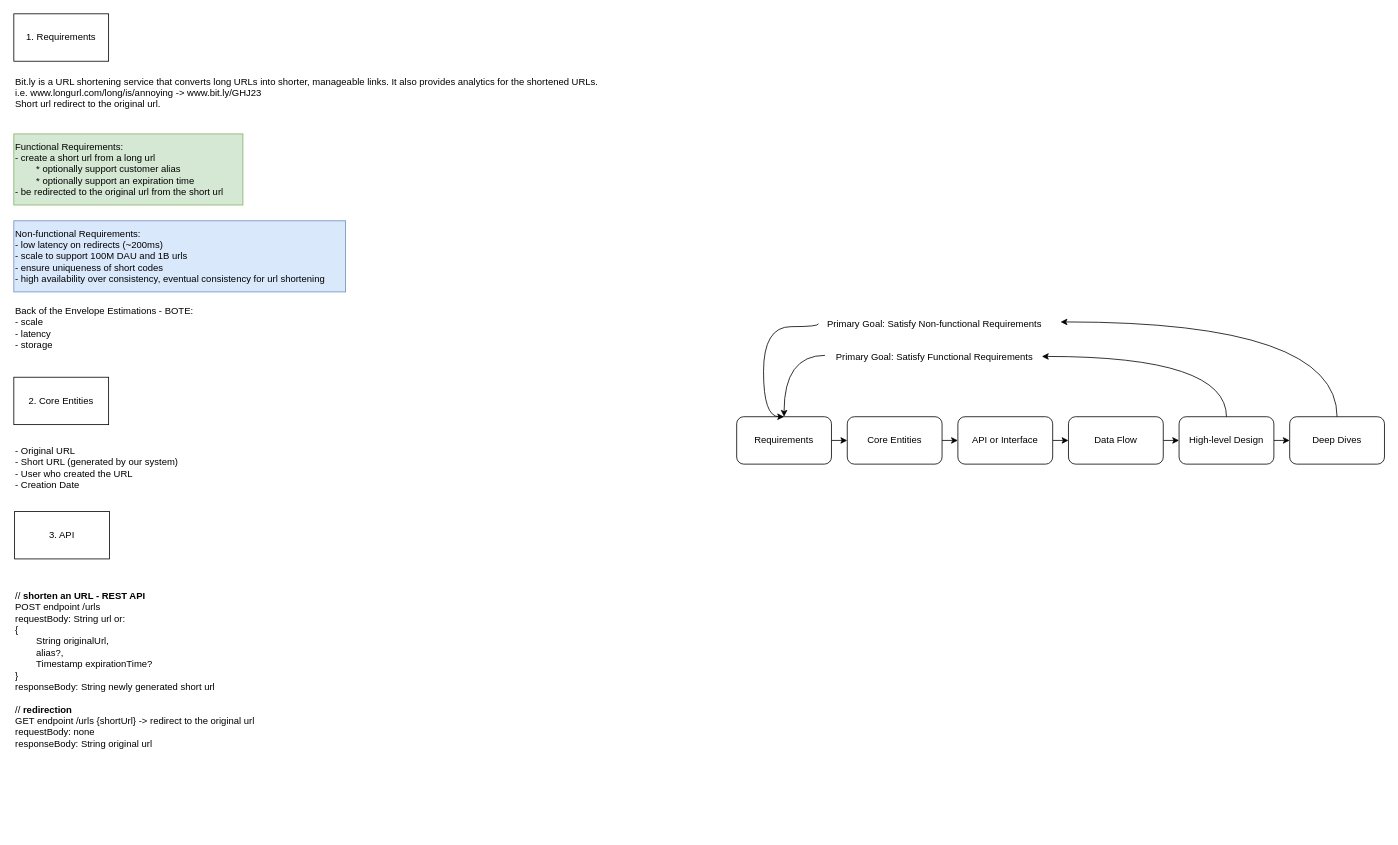
lacrimae/system_design_practice keeps this draw.io diagram as tinyurl.drawio. Above is the earlier version. Source tidied: cells renumbered, new cells numbered last; positions are measured from the earlier drawing's top-left corner, leaving out a move shared by most shapes. Both pictures are drawn from the tidied source at 79%, with x=0, y=0 at pixel (13, 13).
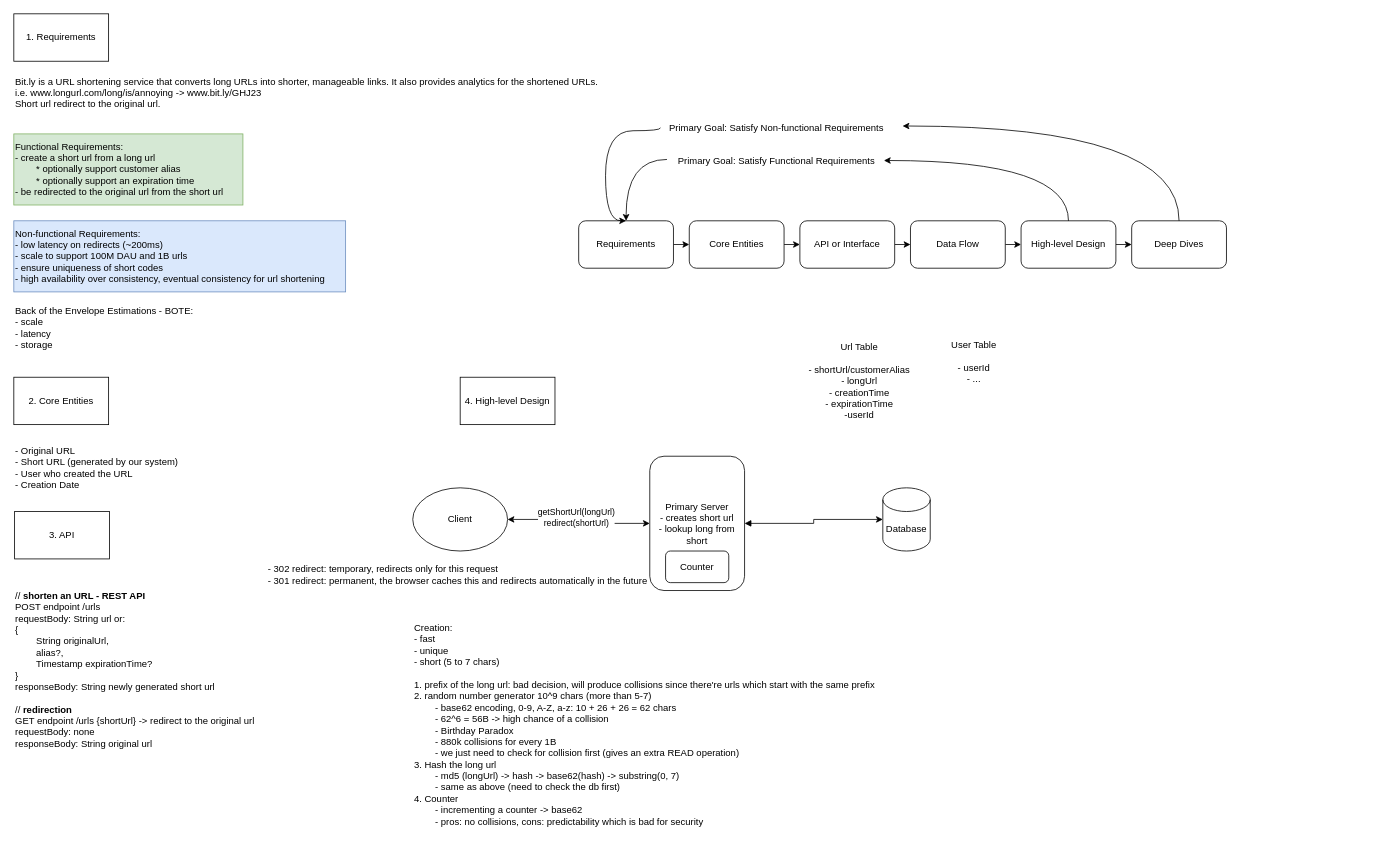
The same diagram, later.

Change to the diagram source:
```diff
@@
     <mxCell id="7" value="Requirements" style="rounded=1;whiteSpace=wrap;html=1;" parent="1" vertex="1">
-      <mxGeometry x="915" y="510" width="120" height="60" as="geometry" />
+      <mxGeometry x="715" y="262" width="120" height="60" as="geometry" />
     </mxCell>
@@
     <mxCell id="9" value="Core Entities" style="rounded=1;whiteSpace=wrap;html=1;" parent="1" vertex="1">
-      <mxGeometry x="1055" y="510" width="120" height="60" as="geometry" />
+      <mxGeometry x="855" y="262" width="120" height="60" as="geometry" />
     </mxCell>
@@
     <mxCell id="11" value="API or Interface" style="rounded=1;whiteSpace=wrap;html=1;" parent="1" vertex="1">
-      <mxGeometry x="1195" y="510" width="120" height="60" as="geometry" />
+      <mxGeometry x="995" y="262" width="120" height="60" as="geometry" />
     </mxCell>
@@
     <mxCell id="13" value="Data Flow" style="rounded=1;whiteSpace=wrap;html=1;" parent="1" vertex="1">
-      <mxGeometry x="1335" y="510" width="120" height="60" as="geometry" />
+      <mxGeometry x="1135" y="262" width="120" height="60" as="geometry" />
     </mxCell>
@@
     <mxCell id="15" value="High-level Design" style="rounded=1;whiteSpace=wrap;html=1;" parent="1" vertex="1">
-      <mxGeometry x="1475" y="510" width="120" height="60" as="geometry" />
+      <mxGeometry x="1275" y="262" width="120" height="60" as="geometry" />
     </mxCell>
     <mxCell id="16" value="Deep Dives" style="rounded=1;whiteSpace=wrap;html=1;" parent="1" vertex="1">
-      <mxGeometry x="1615" y="510" width="120" height="60" as="geometry" />
+      <mxGeometry x="1415" y="262" width="120" height="60" as="geometry" />
     </mxCell>
     <mxCell id="17" value="Primary Goal: Satisfy Non-functional Requirements" style="text;html=1;align=center;verticalAlign=middle;points=[];strokeColor=none;fillColor=none;" parent="1" vertex="1">
-      <mxGeometry x="1020" y="378" width="290" height="30" as="geometry" />
+      <mxGeometry x="820" y="130" width="290" height="30" as="geometry" />
     </mxCell>
     <mxCell id="18" style="edgeStyle=orthogonalEdgeStyle;rounded=0;jettySize=auto;html=1;entryX=0.5;entryY=0;entryDx=0;entryDy=0;curved=1;exitX=-0.012;exitY=0.411;exitDx=0;exitDy=0;exitPerimeter=0;" parent="1" edge="1" source="19" target="7">
       <mxGeometry relative="1" as="geometry">
         <Array as="points">
-          <mxPoint x="975" y="432" />
+          <mxPoint x="775" y="184" />
         </Array>
       </mxGeometry>
     </mxCell>
     <mxCell id="19" value="Primary Goal: Satisfy Functional Requirements" style="text;html=1;align=center;verticalAlign=middle;points=[];strokeColor=none;fillColor=none;" parent="1" vertex="1">
-      <mxGeometry x="1030" y="420" width="270" height="30" as="geometry" />
+      <mxGeometry x="830" y="172" width="270" height="30" as="geometry" />
     </mxCell>
     <mxCell id="20" style="edgeStyle=orthogonalEdgeStyle;rounded=0;jettySize=auto;html=1;entryX=0.5;entryY=0;entryDx=0;entryDy=0;curved=1;exitX=-0.005;exitY=0.478;exitDx=0;exitDy=0;exitPerimeter=0;" parent="1" edge="1" source="17" target="7">
       <mxGeometry relative="1" as="geometry">
         <Array as="points">
-          <mxPoint x="1019" y="396" />
-          <mxPoint x="949" y="396" />
-          <mxPoint x="949" y="510" />
+          <mxPoint x="819" y="148" />
+          <mxPoint x="749" y="148" />
+          <mxPoint x="749" y="262" />
         </Array>
       </mxGeometry>
     </mxCell>
     <mxCell id="21" style="edgeStyle=orthogonalEdgeStyle;rounded=0;jettySize=auto;html=1;exitX=0.5;exitY=0;exitDx=0;exitDy=0;entryX=1.005;entryY=0.456;entryDx=0;entryDy=0;entryPerimeter=0;curved=1;" parent="1" edge="1" source="15" target="19">
       <mxGeometry relative="1" as="geometry">
         <Array as="points">
-          <mxPoint x="1535" y="434" />
+          <mxPoint x="1335" y="186" />
         </Array>
       </mxGeometry>
     </mxCell>
     <mxCell id="22" style="edgeStyle=orthogonalEdgeStyle;rounded=0;jettySize=auto;html=1;exitX=0.5;exitY=0;exitDx=0;exitDy=0;curved=1;" parent="1" edge="1" source="16">
       <mxGeometry relative="1" as="geometry">
-        <mxPoint x="1325" y="390" as="targetPoint" />
+        <mxPoint x="1125" y="142" as="targetPoint" />
         <Array as="points">
-          <mxPoint x="1675" y="390" />
+          <mxPoint x="1475" y="142" />
         </Array>
       </mxGeometry>
     </mxCell>
@@
+    <mxCell id="28" value="4. High-level Design" style="whiteSpace=wrap;html=1;" parent="1" vertex="1">
+      <mxGeometry x="565" y="460" width="120" height="60" as="geometry" />
+    </mxCell>
+    <mxCell id="29" style="edgeStyle=orthogonalEdgeStyle;rounded=0;jettySize=auto;html=1;exitX=1;exitY=0.5;exitDx=0;exitDy=0;entryX=0;entryY=0.5;entryDx=0;entryDy=0;startArrow=classic;startFill=1;" parent="1" edge="1" source="31" target="33">
+      <mxGeometry relative="1" as="geometry" />
+    </mxCell>
+    <mxCell id="30" value="getShortUrl(longUrl)&lt;div&gt;redirect(shortUrl)&lt;/div&gt;" style="edgeLabel;html=1;align=center;verticalAlign=middle;" parent="29" vertex="1">
+      <mxGeometry x="-0.07" y="3" relative="1" as="geometry" />
+    </mxCell>
+    <mxCell id="31" value="Client" style="ellipse;whiteSpace=wrap;html=1;" parent="1" vertex="1">
+      <mxGeometry x="505" y="600" width="120" height="80" as="geometry" />
+    </mxCell>
+    <mxCell id="32" style="edgeStyle=orthogonalEdgeStyle;rounded=0;jettySize=auto;html=1;exitX=1;exitY=0.5;exitDx=0;exitDy=0;startArrow=block;startFill=1;endArrow=classic;endFill=1;" parent="1" edge="1" source="33" target="34">
+      <mxGeometry relative="1" as="geometry" />
+    </mxCell>
+    <mxCell id="33" value="Primary Server&lt;div&gt;- creates short url&lt;/div&gt;&lt;div&gt;- lookup long from short&lt;/div&gt;" style="rounded=1;whiteSpace=wrap;html=1;" parent="1" vertex="1">
+      <mxGeometry x="805" y="560" width="120" height="170" as="geometry" />
+    </mxCell>
+    <mxCell id="34" value="Database" style="shape=cylinder3;whiteSpace=wrap;html=1;boundedLbl=1;backgroundOutline=1;size=15;" parent="1" vertex="1">
+      <mxGeometry x="1100" y="600" width="60" height="80" as="geometry" />
+    </mxCell>
+    <mxCell id="35" value="Url Table&lt;div&gt;&lt;br&gt;&lt;div&gt;- shortUrl/customerAlias&lt;/div&gt;&lt;div&gt;- longUrl&lt;/div&gt;&lt;div&gt;- creationTime&lt;/div&gt;&lt;div&gt;- expirationTime&lt;/div&gt;&lt;div&gt;-userId&lt;/div&gt;&lt;/div&gt;" style="text;html=1;align=center;verticalAlign=middle;strokeColor=none;fillColor=none;" parent="1" vertex="1">
+      <mxGeometry x="995" y="410" width="150" height="110" as="geometry" />
+    </mxCell>
+    <mxCell id="36" value="User Table&lt;div&gt;&amp;nbsp;&lt;br&gt;&lt;div&gt;- userId&lt;/div&gt;&lt;div&gt;- ...&lt;/div&gt;&lt;/div&gt;" style="text;html=1;align=center;verticalAlign=middle;strokeColor=none;fillColor=none;" parent="1" vertex="1">
+      <mxGeometry x="1175" y="405" width="80" height="70" as="geometry" />
+    </mxCell>
+    <mxCell id="37" value="- 302 redirect: temporary, redirects only for this request&lt;div&gt;- 301 redirect: permanent, the browser caches this and redirects automatically in the future&lt;/div&gt;" style="text;html=1;align=left;verticalAlign=middle;strokeColor=none;fillColor=none;" parent="1" vertex="1">
+      <mxGeometry x="320" y="690" width="500" height="40" as="geometry" />
+    </mxCell>
+    <mxCell id="38" value="Creation:&lt;div&gt;- fast&lt;/div&gt;&lt;div&gt;- unique&lt;/div&gt;&lt;div&gt;- short (5 to 7 chars)&lt;/div&gt;&lt;div&gt;&lt;br&gt;&lt;/div&gt;&lt;div&gt;1. prefix of the long url: bad decision, will produce collisions since there're urls which start with the same prefix&lt;/div&gt;&lt;div&gt;2. random number generator 10^9 chars (more than 5-7)&lt;/div&gt;&lt;div&gt;&lt;span style=&quot;white-space: pre;&quot;&gt;&#9;&lt;/span&gt;- base62 encoding, 0-9, A-Z, a-z: 10 + 26 + 26 = 62 chars&lt;br&gt;&lt;/div&gt;&lt;div&gt;&lt;span style=&quot;white-space: pre;&quot;&gt;&#9;&lt;/span&gt;- 62^6 = 56B -&amp;gt; high chance of a collision&lt;br&gt;&lt;/div&gt;&lt;div&gt;&lt;span style=&quot;white-space: pre;&quot;&gt;&#9;&lt;/span&gt;- Birthday Paradox&lt;br&gt;&lt;/div&gt;&lt;div&gt;&lt;span style=&quot;white-space: pre;&quot;&gt;&#9;&lt;/span&gt;- 880k collisions for every 1B&lt;br&gt;&lt;/div&gt;&lt;div&gt;&lt;span style=&quot;white-space: pre;&quot;&gt;&#9;&lt;/span&gt;- we just need to check for collision first (gives an extra READ operation)&lt;br&gt;&lt;/div&gt;&lt;div&gt;3. Hash the long url&lt;/div&gt;&lt;div&gt;&lt;span style=&quot;white-space: pre;&quot;&gt;&#9;&lt;/span&gt;- md5 (longUrl) -&amp;gt; hash -&amp;gt; base62(hash) -&amp;gt; substring(0, 7)&lt;br&gt;&lt;/div&gt;&lt;div&gt;&lt;span style=&quot;white-space: pre;&quot;&gt;&#9;&lt;/span&gt;- same as above (need to check the db first)&lt;br&gt;&lt;/div&gt;&lt;div&gt;4. Counter&lt;/div&gt;&lt;div&gt;&lt;span style=&quot;white-space: pre;&quot;&gt;&#9;&lt;/span&gt;- incrementing a counter -&amp;gt; base62&lt;br&gt;&lt;/div&gt;&lt;div&gt;&lt;span style=&quot;white-space: pre;&quot;&gt;&#9;&lt;/span&gt;- pros: no collisions, cons: predictability which is bad for security&lt;br&gt;&lt;/div&gt;" style="text;html=1;align=left;verticalAlign=middle;strokeColor=none;fillColor=none;" parent="1" vertex="1">
+      <mxGeometry x="505" y="765" width="610" height="270" as="geometry" />
+    </mxCell>
+    <mxCell id="39" value="Counter" style="rounded=1;whiteSpace=wrap;html=1;" parent="1" vertex="1">
+      <mxGeometry x="825" y="680" width="80" height="40" as="geometry" />
+    </mxCell>
```
